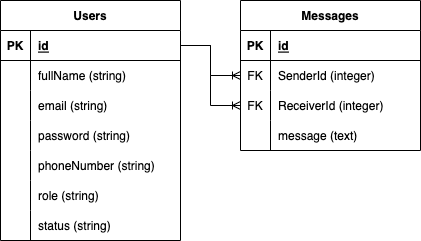
Before: server/ERD.png, a diagram exported from draw.io (joshnatanael/Chatting-Apps). Source tidied: cells renumbered, new cells last; positions are measured from the earlier drawing's top-left corner, leaving out a move shared by most shapes.
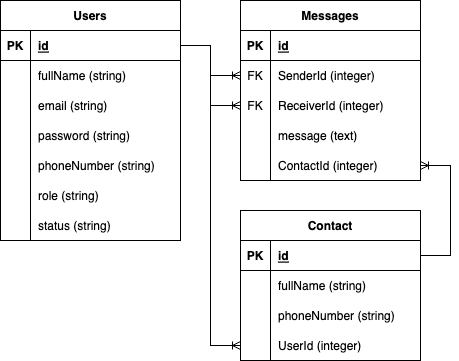
After the commit.

Commit message:
add contact table and ContactId column to message table

Diff of the diagram source:
```diff
@@ -69,7 +69,7 @@
       <mxGeometry x="30" width="150" height="30" as="geometry" />
     </mxCell>
     <mxCell id="24" value="Messages" style="shape=table;startSize=30;rowLines=0;fontStyle=1;align=center;" parent="1" vertex="1">
-      <mxGeometry x="240" width="180" height="150" as="geometry" />
+      <mxGeometry x="240" width="180" height="180" as="geometry" />
     </mxCell>
     <mxCell id="25" style="shape=tableRow;horizontal=0;startSize=0;swimlaneHead=0;swimlaneBody=0;fillColor=none;top=0;left=0;right=0;bottom=1;" parent="24" vertex="1">
       <mxGeometry y="30" width="180" height="30" as="geometry" />
@@ -107,11 +107,65 @@
     <mxCell id="36" value="message (text)" style="shape=partialRectangle;fillColor=none;top=0;left=0;bottom=0;right=0;align=left;spacingLeft=6;overflow=hidden;" parent="34" vertex="1">
       <mxGeometry x="30" width="150" height="30" as="geometry" />
     </mxCell>
+    <mxCell id="39" style="shape=tableRow;horizontal=0;startSize=0;swimlaneHead=0;swimlaneBody=0;fillColor=none;points=[[0,0.5],[1,0.5]];portConstraint=eastwest;top=0;left=0;right=0;bottom=0;" parent="24" vertex="1">
+      <mxGeometry y="150" width="180" height="30" as="geometry" />
+    </mxCell>
+    <mxCell id="40" style="shape=partialRectangle;fillColor=none;top=0;left=0;bottom=0;right=0;overflow=hidden;" parent="39" vertex="1">
+      <mxGeometry width="30" height="30" as="geometry" />
+    </mxCell>
+    <mxCell id="41" value="ContactId (integer)" style="shape=partialRectangle;fillColor=none;top=0;left=0;bottom=0;right=0;align=left;spacingLeft=6;overflow=hidden;" parent="39" vertex="1">
+      <mxGeometry x="30" width="150" height="30" as="geometry" />
+    </mxCell>
     <mxCell id="37" style="edgeStyle=entityRelationEdgeStyle;fontSize=12;html=1;endArrow=ERoneToMany;rounded=0;exitX=1;exitY=0.5;exitDx=0;exitDy=0;entryX=0;entryY=0.5;entryDx=0;entryDy=0;" parent="1" edge="1" source="3" target="28">
       <mxGeometry relative="1" as="geometry" />
     </mxCell>
     <mxCell id="38" style="edgeStyle=entityRelationEdgeStyle;fontSize=12;html=1;endArrow=ERoneToMany;rounded=0;exitX=1;exitY=0.5;exitDx=0;exitDy=0;entryX=0;entryY=0.5;entryDx=0;entryDy=0;" parent="1" edge="1" source="3" target="31">
       <mxGeometry relative="1" as="geometry" />
     </mxCell>
+    <mxCell id="42" value="Contact" style="shape=table;startSize=30;rowLines=0;fontStyle=1;align=center;" parent="1" vertex="1">
+      <mxGeometry x="240" y="210" width="180" height="150" as="geometry" />
+    </mxCell>
+    <mxCell id="43" style="shape=tableRow;horizontal=0;startSize=0;swimlaneHead=0;swimlaneBody=0;fillColor=none;points=[[0,0.5],[1,0.5]];portConstraint=eastwest;top=0;left=0;right=0;bottom=1;" parent="42" vertex="1">
+      <mxGeometry y="30" width="180" height="30" as="geometry" />
+    </mxCell>
+    <mxCell id="44" value="PK" style="shape=partialRectangle;fillColor=none;top=0;left=0;bottom=0;right=0;fontStyle=1;overflow=hidden;" parent="43" vertex="1">
+      <mxGeometry width="30" height="30" as="geometry" />
+    </mxCell>
+    <mxCell id="45" value="id" style="shape=partialRectangle;fillColor=none;top=0;left=0;bottom=0;right=0;align=left;spacingLeft=6;fontStyle=5;overflow=hidden;" parent="43" vertex="1">
+      <mxGeometry x="30" width="150" height="30" as="geometry" />
+    </mxCell>
+    <mxCell id="46" style="shape=tableRow;horizontal=0;startSize=0;swimlaneHead=0;swimlaneBody=0;fillColor=none;top=0;left=0;right=0;bottom=0;" parent="42" vertex="1">
+      <mxGeometry y="60" width="180" height="30" as="geometry" />
+    </mxCell>
+    <mxCell id="47" style="shape=partialRectangle;fillColor=none;top=0;left=0;bottom=0;right=0;overflow=hidden;" parent="46" vertex="1">
+      <mxGeometry width="30" height="30" as="geometry" />
+    </mxCell>
+    <mxCell id="48" value="fullName (string)" style="shape=partialRectangle;fillColor=none;top=0;left=0;bottom=0;right=0;align=left;spacingLeft=6;overflow=hidden;" parent="46" vertex="1">
+      <mxGeometry x="30" width="150" height="30" as="geometry" />
+    </mxCell>
+    <mxCell id="49" style="shape=tableRow;horizontal=0;startSize=0;swimlaneHead=0;swimlaneBody=0;fillColor=none;top=0;left=0;right=0;bottom=0;" parent="42" vertex="1">
+      <mxGeometry y="90" width="180" height="30" as="geometry" />
+    </mxCell>
+    <mxCell id="50" style="shape=partialRectangle;fillColor=none;top=0;left=0;bottom=0;right=0;overflow=hidden;" parent="49" vertex="1">
+      <mxGeometry width="30" height="30" as="geometry" />
+    </mxCell>
+    <mxCell id="51" value="phoneNumber (string)" style="shape=partialRectangle;fillColor=none;top=0;left=0;bottom=0;right=0;align=left;spacingLeft=6;overflow=hidden;" parent="49" vertex="1">
+      <mxGeometry x="30" width="150" height="30" as="geometry" />
+    </mxCell>
+    <mxCell id="52" style="shape=tableRow;horizontal=0;startSize=0;swimlaneHead=0;swimlaneBody=0;fillColor=none;points=[[0,0.5],[1,0.5]];portConstraint=eastwest;top=0;left=0;right=0;bottom=0;" parent="42" vertex="1">
+      <mxGeometry y="120" width="180" height="30" as="geometry" />
+    </mxCell>
+    <mxCell id="53" style="shape=partialRectangle;fillColor=none;top=0;left=0;bottom=0;right=0;overflow=hidden;" parent="52" vertex="1">
+      <mxGeometry width="30" height="30" as="geometry" />
+    </mxCell>
+    <mxCell id="54" value="UserId (integer)" style="shape=partialRectangle;fillColor=none;top=0;left=0;bottom=0;right=0;align=left;spacingLeft=6;overflow=hidden;" parent="52" vertex="1">
+      <mxGeometry x="30" width="150" height="30" as="geometry" />
+    </mxCell>
+    <mxCell id="55" style="edgeStyle=entityRelationEdgeStyle;fontSize=12;html=1;endArrow=ERoneToMany;rounded=0;exitX=1;exitY=0.5;exitDx=0;exitDy=0;entryX=0;entryY=0.5;entryDx=0;entryDy=0;" parent="1" edge="1" source="3" target="52">
+      <mxGeometry relative="1" as="geometry" />
+    </mxCell>
+    <mxCell id="56" style="edgeStyle=entityRelationEdgeStyle;fontSize=12;html=1;endArrow=ERoneToMany;rounded=0;exitX=1;exitY=0.5;exitDx=0;exitDy=0;entryX=1;entryY=0.5;entryDx=0;entryDy=0;" parent="1" edge="1" source="43" target="39">
+      <mxGeometry relative="1" as="geometry" />
+    </mxCell>
   </root>
 </mxGraphModel>
```
